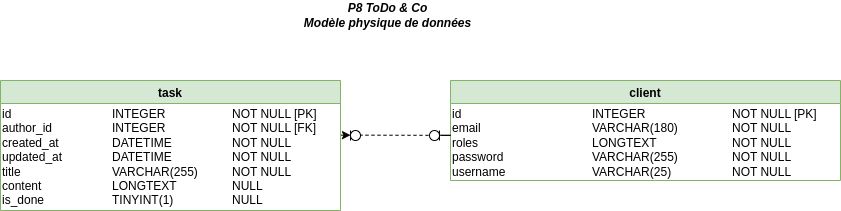
jonatanocr/p8_todoList keeps this draw.io diagram as documentation/diagrams/P8_mpd_diagram.png. Above is the earlier version. Source tidied: cells renumbered, new cells last; positions are measured from the earlier drawing's top-left corner, leaving out a move shared by most shapes.
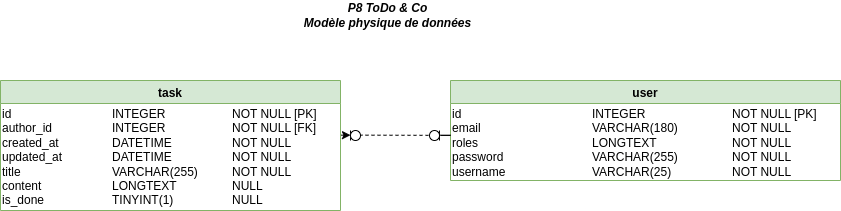
Above is the later version.

Commit message:
add user sequence diagrams

What changed in the source:
```diff
@@ -8,7 +8,7 @@
         <mxPoint x="429" y="134.8" as="targetPoint" />
       </mxGeometry>
     </mxCell>
-    <mxCell id="3" value="client" style="swimlane;fillColor=#d5e8d4;strokeColor=#82b366;" parent="1" vertex="1">
+    <mxCell id="3" value="user" style="swimlane;fillColor=#d5e8d4;strokeColor=#82b366;startSize=23;" parent="1" vertex="1">
       <mxGeometry x="450" y="80" width="390" height="100" as="geometry" />
     </mxCell>
     <mxCell id="4" value="&lt;div&gt;id&lt;/div&gt;&lt;div&gt;email&lt;/div&gt;&lt;div&gt;roles&lt;/div&gt;&lt;div&gt;password&lt;/div&gt;&lt;div&gt;username&lt;/div&gt;" style="text;html=1;strokeColor=none;fillColor=none;align=left;verticalAlign=top;whiteSpace=wrap;rounded=0;" parent="3" vertex="1">
```
